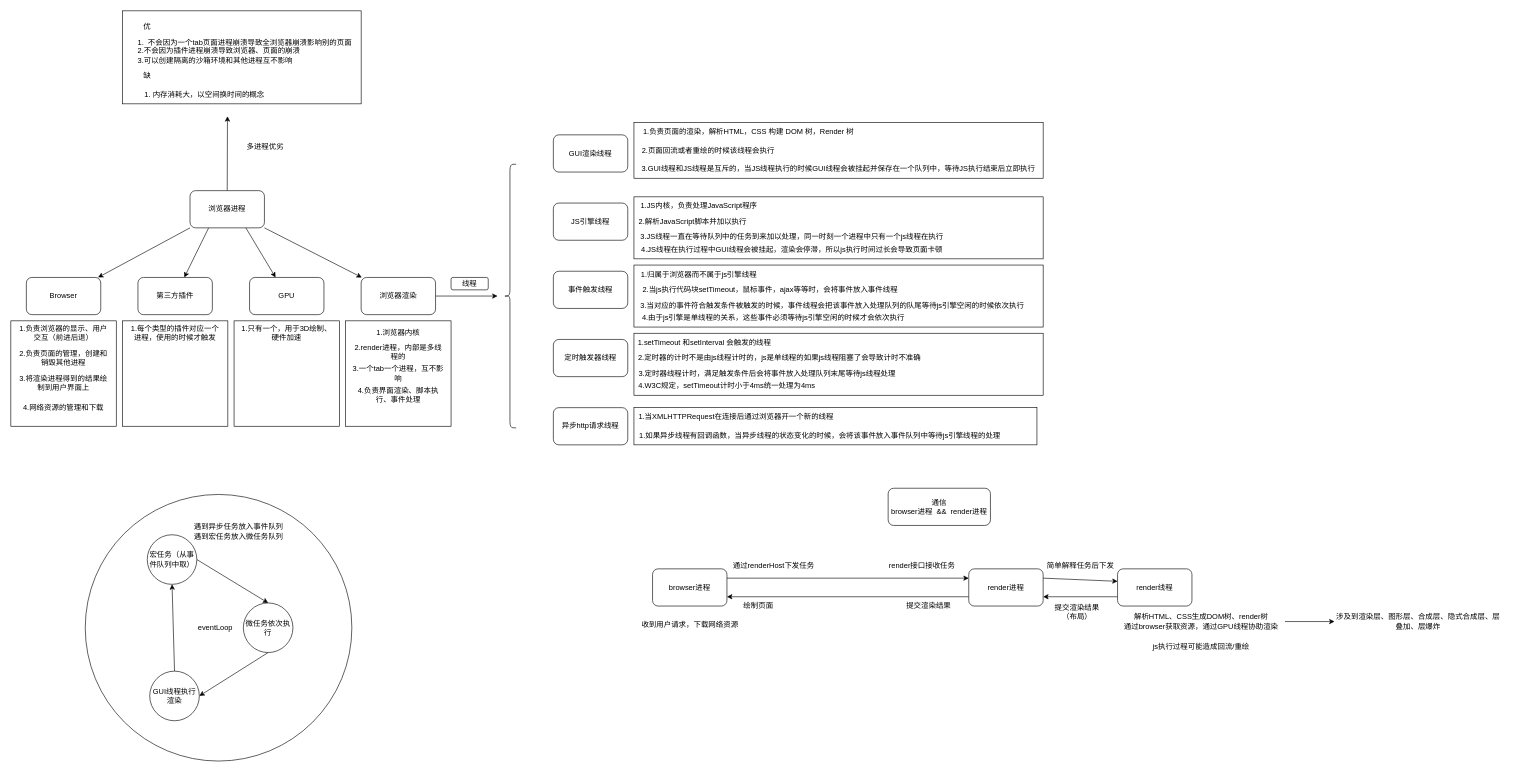
Before: browser.drawio in bloodcv/study, a draw.io diagram. Source tidied: cells renumbered, new cells numbered last; positions are measured from the earlier drawing's top-left corner, leaving out a move shared by most shapes. Both pictures are drawn from the tidied source at 62%, with x=0, y=0 at pixel (11, 11).
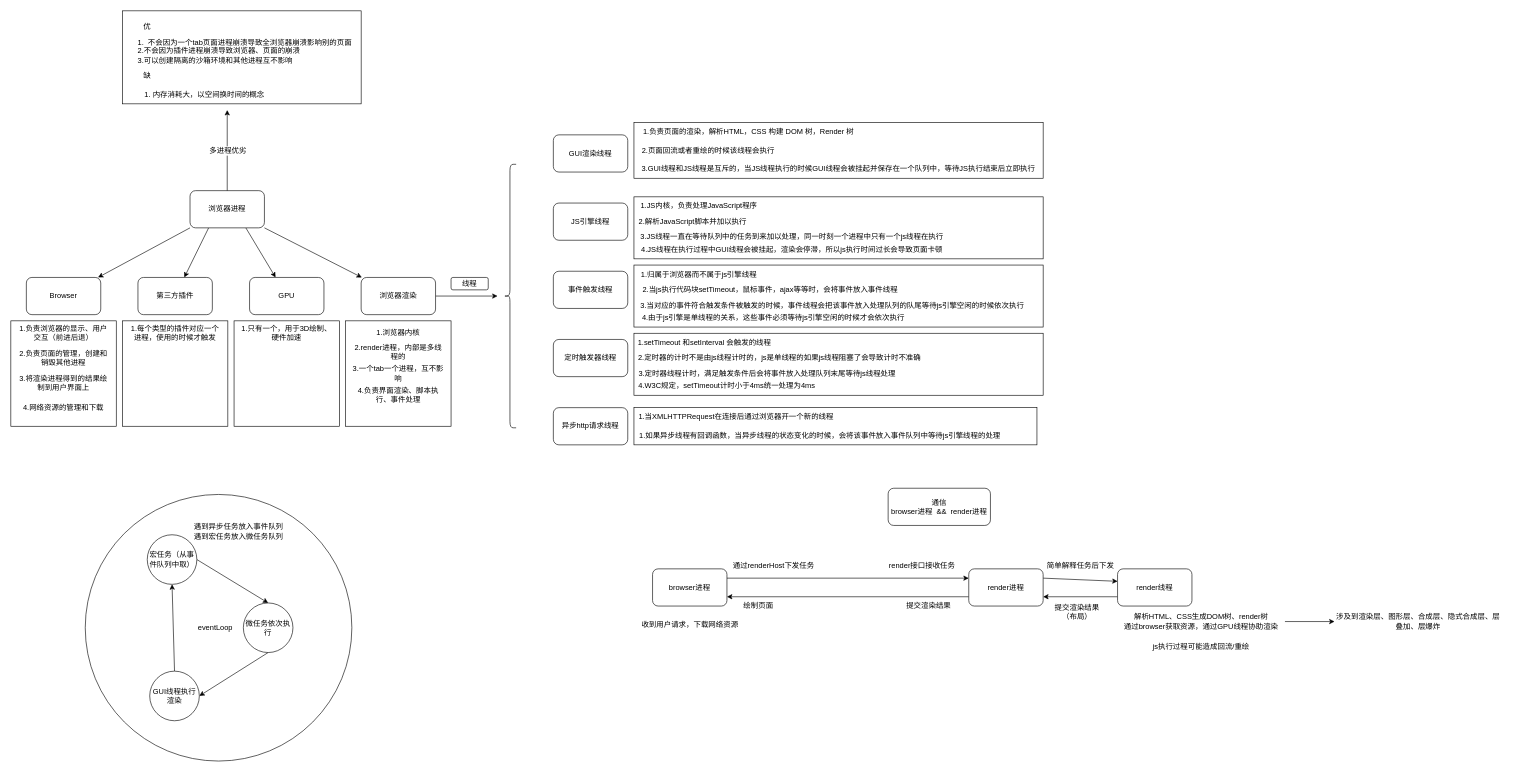
The same diagram, later.

The change refers to these unchanged cells:
```xml
<mxCell id="9" value="浏览器进程" style="rounded=1;whiteSpace=wrap;html=1;" parent="1" vertex="1">
  <mxGeometry x="289" y="290" width="120" height="60" as="geometry" />
</mxCell>
```

The edit, as a diff of the source:
```diff
@@
-    <mxCell id="8" style="edgeStyle=none;html=1;exitX=0.5;exitY=0;exitDx=0;exitDy=0;" parent="1" edge="1" source="9">
-      <mxGeometry relative="1" as="geometry">
-        <mxPoint x="349.4" y="170" as="targetPoint" />
-      </mxGeometry>
-    </mxCell>
@@
-    <mxCell id="85" value="多进程优劣" style="text;html=1;align=center;verticalAlign=middle;strokeColor=none;fillColor=none;" parent="1" vertex="1">
-      <mxGeometry x="370" y="210" width="80" height="20" as="geometry" />
-    </mxCell>
@@
+    <mxCell id="90" style="endArrow=classic;html=1;exitX=0.5;exitY=0;exitDx=0;exitDy=0;" parent="1" edge="1" source="9">
+      <mxGeometry relative="1" as="geometry">
+        <mxPoint x="349" y="160" as="targetPoint" />
+      </mxGeometry>
+    </mxCell>
+    <mxCell id="85" value="&lt;span style=&quot;font-size: 12px&quot;&gt;多进程优劣&lt;/span&gt;" style="edgeLabel;html=1;align=center;verticalAlign=middle;" parent="90" vertex="1">
+      <mxGeometry relative="1" as="geometry" />
+    </mxCell>
```
